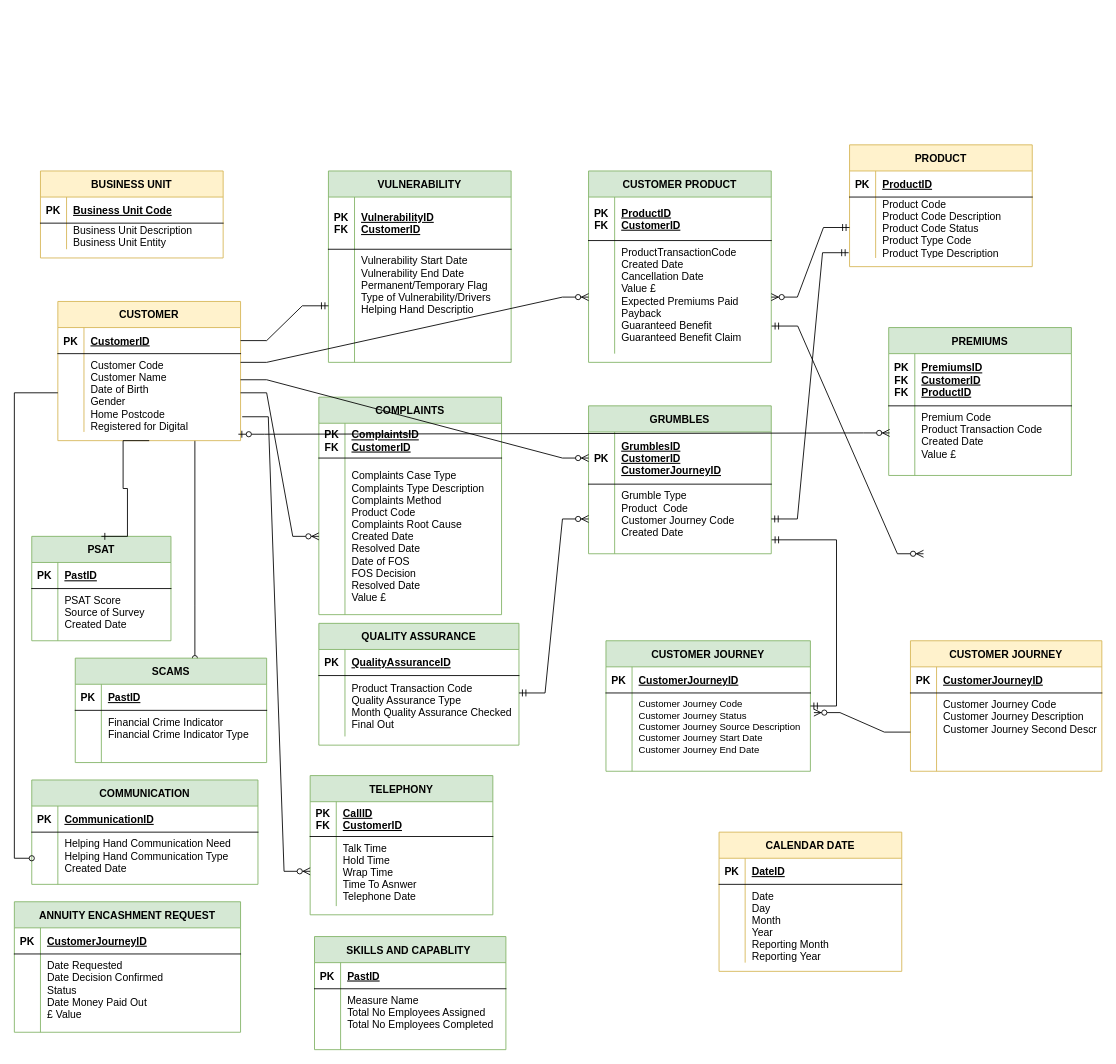
Earlier version of the draw.io diagram page "Initial" (1 of 2) of PhonnixVC_DM.drawio (Saadcapco/PhoenixVC). Source tidied: cells renumbered, new cells numbered last; positions are measured from the earlier drawing's top-left corner, leaving out a move shared by most shapes. Both pictures are drawn from the tidied source at 87%, with x=0, y=0 at pixel (14, 144).
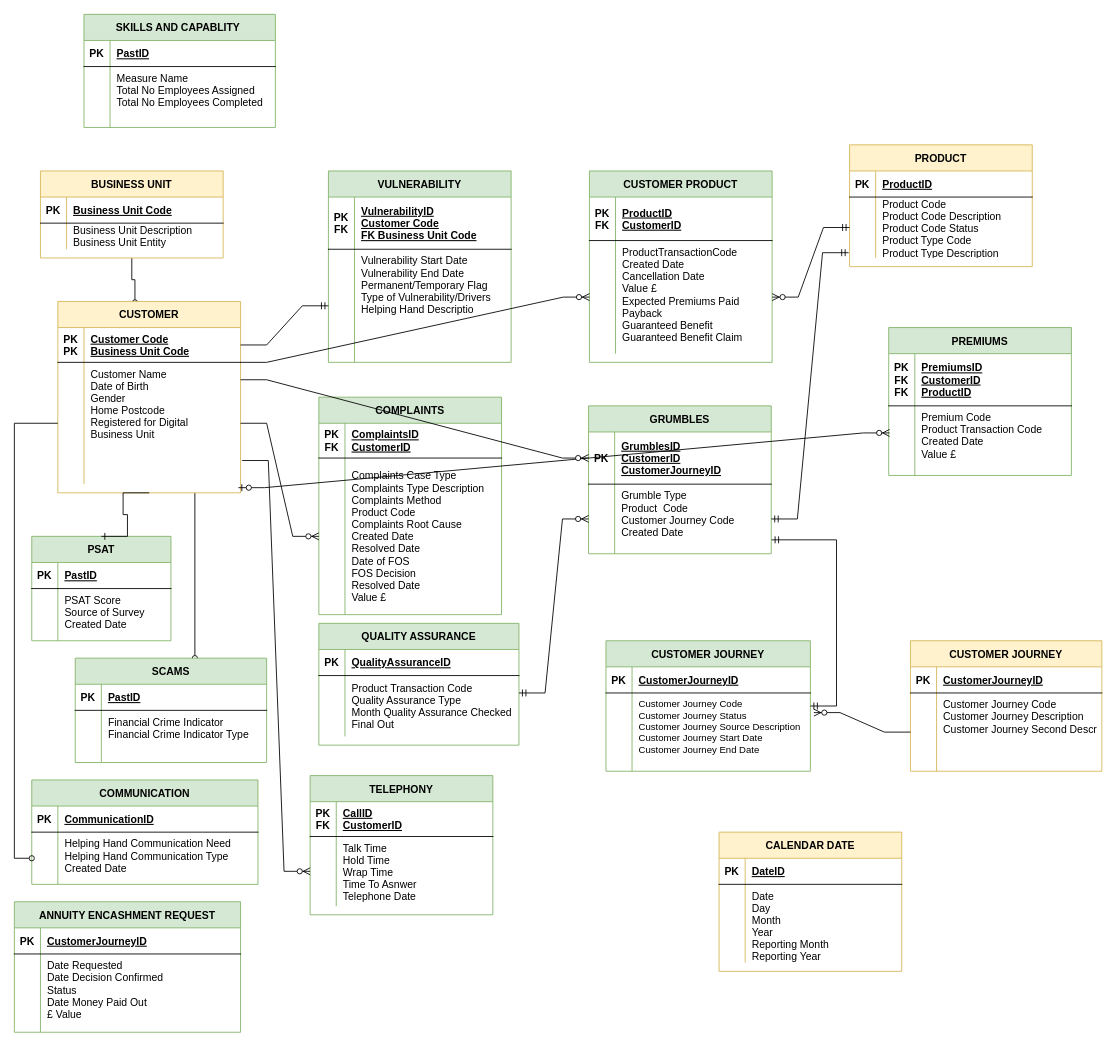
After the change.

Unchanged cells that the change refers to:
```xml
<mxCell id="2" value="BUSINESS UNIT" style="shape=table;startSize=30;childLayout=tableLayout;rowLines=0;fontStyle=1;align=center;fillColor=#fff2cc;strokeColor=#d6b656;" parent="1" vertex="1">
  <mxGeometry x="30" y="30" width="210" height="100" as="geometry" />
</mxCell>
<mxCell id="39" style="shape=partialRectangle;fillColor=none;top=0;left=0;right=0;bottom=1;" parent="38" vertex="1">
  <mxGeometry y="30" width="210" height="60" as="geometry" />
</mxCell>
<mxCell id="84" style="shape=partialRectangle;fillColor=none;points=[[0,0.5],[1,0.5]];portConstraint=eastwest;top=0;left=0;right=0;bottom=0;" parent="80" vertex="1">
  <mxGeometry y="80" width="210" height="130" as="geometry" />
</mxCell>
```

Change to the diagram source:
```diff
@@
+    <mxCell id="143" style="edgeStyle=orthogonalEdgeStyle;rounded=0;jettySize=auto;html=1;exitX=0.5;exitY=1;exitDx=0;exitDy=0;entryX=0.422;entryY=0.005;entryDx=0;entryDy=0;entryPerimeter=0;fontSize=11;endArrow=oval;endFill=0;" parent="1" edge="1" source="2" target="17">
+      <mxGeometry relative="1" as="geometry" />
+    </mxCell>
@@
     <mxCell id="17" value="CUSTOMER" style="shape=table;startSize=30;childLayout=tableLayout;rowLines=0;fontStyle=1;align=center;fillColor=#fff2cc;strokeColor=#d6b656;" parent="1" vertex="1">
-      <mxGeometry x="50" y="180" width="210" height="160" as="geometry" />
+      <mxGeometry x="50" y="180" width="210" height="220" as="geometry" />
     </mxCell>
     <mxCell id="18" style="shape=partialRectangle;fillColor=none;points=[[0,0.5],[1,0.5]];portConstraint=eastwest;top=0;left=0;right=0;bottom=1;" parent="17" vertex="1">
-      <mxGeometry y="30" width="210" height="30" as="geometry" />
+      <mxGeometry y="30" width="210" height="40" as="geometry" />
     </mxCell>
-    <mxCell id="19" value="PK" style="shape=partialRectangle;overflow=hidden;fillColor=none;top=0;left=0;bottom=0;right=0;fontStyle=1;" parent="18" vertex="1">
-      <mxGeometry width="30" height="30" as="geometry" />
+    <mxCell id="19" value="PK&#10;PK" style="shape=partialRectangle;overflow=hidden;fillColor=none;top=0;left=0;bottom=0;right=0;fontStyle=1;" parent="18" vertex="1">
+      <mxGeometry width="30" height="40" as="geometry" />
     </mxCell>
-    <mxCell id="20" value="CustomerID" style="shape=partialRectangle;overflow=hidden;fillColor=none;top=0;left=0;bottom=0;right=0;align=left;spacingLeft=6;fontStyle=5;" parent="18" vertex="1">
-      <mxGeometry x="30" width="180" height="30" as="geometry" />
+    <mxCell id="20" value="Customer Code&#10;Business Unit Code" style="shape=partialRectangle;overflow=hidden;fillColor=none;top=0;left=0;bottom=0;right=0;align=left;spacingLeft=6;fontStyle=5;" parent="18" vertex="1">
+      <mxGeometry x="30" width="180" height="40" as="geometry" />
     </mxCell>
     <mxCell id="21" style="shape=partialRectangle;fillColor=none;points=[[0,0.5],[1,0.5]];portConstraint=eastwest;top=0;left=0;right=0;bottom=0;" parent="17" vertex="1">
-      <mxGeometry y="60" width="210" height="90" as="geometry" />
+      <mxGeometry y="70" width="210" height="140" as="geometry" />
     </mxCell>
     <mxCell id="22" style="shape=partialRectangle;overflow=hidden;fillColor=none;top=0;left=0;bottom=0;right=0;" parent="21" vertex="1">
-      <mxGeometry width="30" height="90" as="geometry" />
+      <mxGeometry width="30" height="140" as="geometry" />
     </mxCell>
-    <mxCell id="23" value="Customer Code&#10;Customer Name&#10;Date of Birth&#10;Gender&#10;Home Postcode&#10;Registered for Digital " style="shape=partialRectangle;overflow=hidden;fillColor=none;top=0;left=0;bottom=0;right=0;align=left;spacingLeft=6;verticalAlign=top;" parent="21" vertex="1">
-      <mxGeometry x="30" width="180" height="90" as="geometry" />
+    <mxCell id="23" value="Customer Name&#10;Date of Birth&#10;Gender&#10;Home Postcode&#10;Registered for Digital &#10;Business Unit" style="shape=partialRectangle;overflow=hidden;fillColor=none;top=0;left=0;bottom=0;right=0;align=left;spacingLeft=6;verticalAlign=top;" parent="21" vertex="1">
+      <mxGeometry x="30" width="180" height="140" as="geometry" />
     </mxCell>
@@
-    <mxCell id="41" value="VulnerabilityID&#10;CustomerID" style="shape=partialRectangle;overflow=hidden;fillColor=none;top=0;left=0;bottom=0;right=0;align=left;spacingLeft=6;fontStyle=5;" parent="39" vertex="1">
+    <mxCell id="41" value="VulnerabilityID&#10;Customer Code&#10;FK Business Unit Code" style="shape=partialRectangle;overflow=hidden;fillColor=none;top=0;left=0;bottom=0;right=0;align=left;spacingLeft=6;fontStyle=5;" parent="39" vertex="1">
       <mxGeometry x="30" width="180" height="60" as="geometry" />
     </mxCell>
@@
     <mxCell id="80" value="CUSTOMER PRODUCT" style="shape=table;startSize=30;childLayout=tableLayout;rowLines=0;fontStyle=1;align=center;fillColor=#d5e8d4;strokeColor=#82b366;" parent="1" vertex="1">
-      <mxGeometry x="660" y="30" width="210" height="220" as="geometry" />
+      <mxGeometry x="661" y="30" width="210" height="220" as="geometry" />
     </mxCell>
@@
     <mxCell id="122" value="SKILLS AND CAPABLITY " style="shape=table;startSize=30;childLayout=tableLayout;rowLines=0;fontStyle=1;align=center;fillColor=#d5e8d4;strokeColor=#82b366;" parent="1" vertex="1">
-      <mxGeometry x="345" y="910" width="220" height="130" as="geometry" />
+      <mxGeometry x="80" y="-150" width="220" height="130" as="geometry" />
     </mxCell>
@@
-    <mxCell id="134" style="edgeStyle=entityRelationEdgeStyle;fontSize=12;html=1;endArrow=ERzeroToMany;startArrow=ERmandOne;rounded=0;exitX=1.002;exitY=0.756;exitDx=0;exitDy=0;exitPerimeter=0;" parent="1" edge="1" source="84">
-      <mxGeometry relative="1" as="geometry">
-        <mxPoint x="1045" y="470" as="targetPoint" />
-      </mxGeometry>
-    </mxCell>
```
